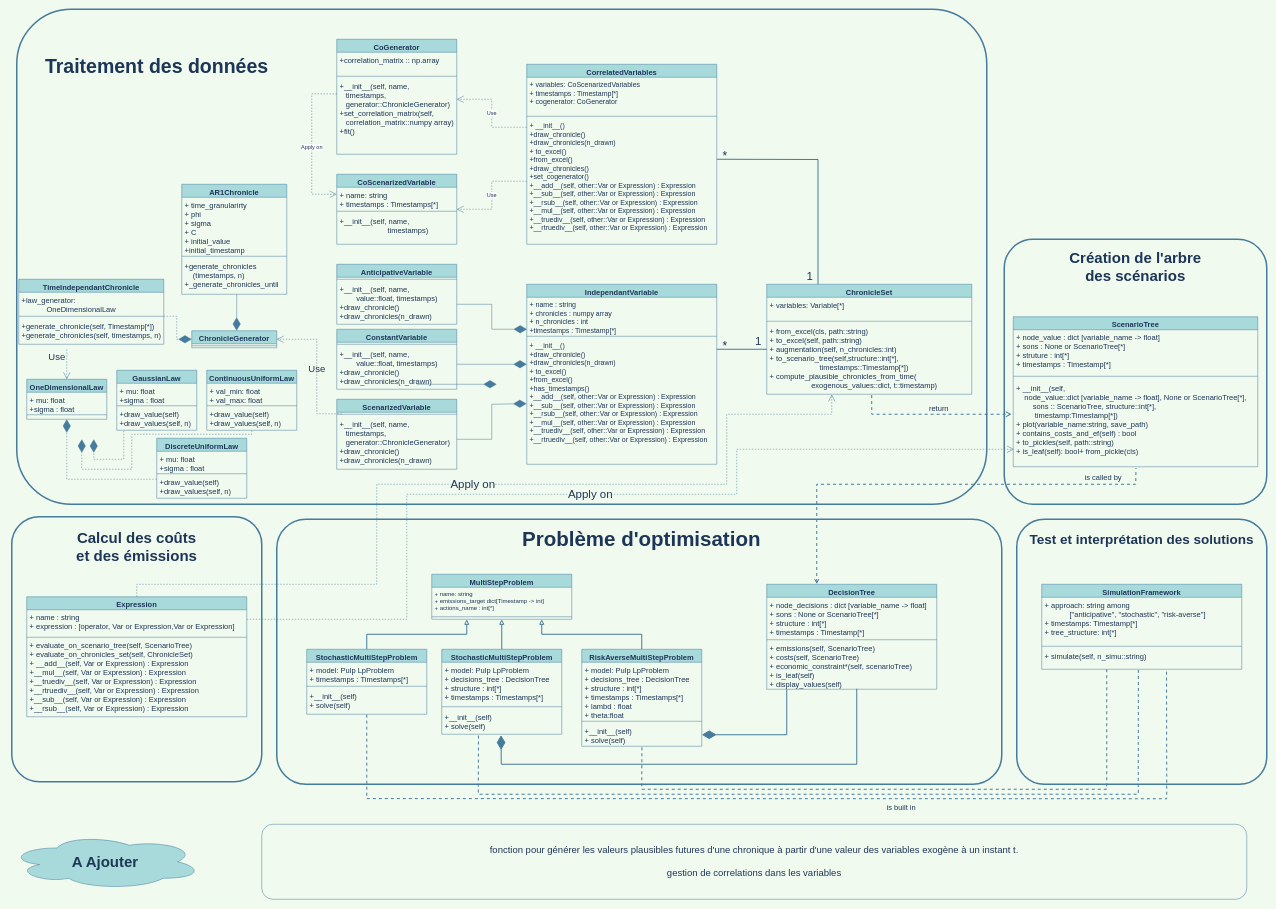
Schlegen/drawio_schemes keeps this draw.io diagram as diagramme_classes.drawio. Above is the earlier version. Source tidied: cells renumbered, new cells numbered last; positions are measured from the earlier drawing's top-left corner, leaving out a move shared by most shapes. Both pictures are drawn from the tidied source at 50%, with x=0, y=0 at pixel (8, 9).
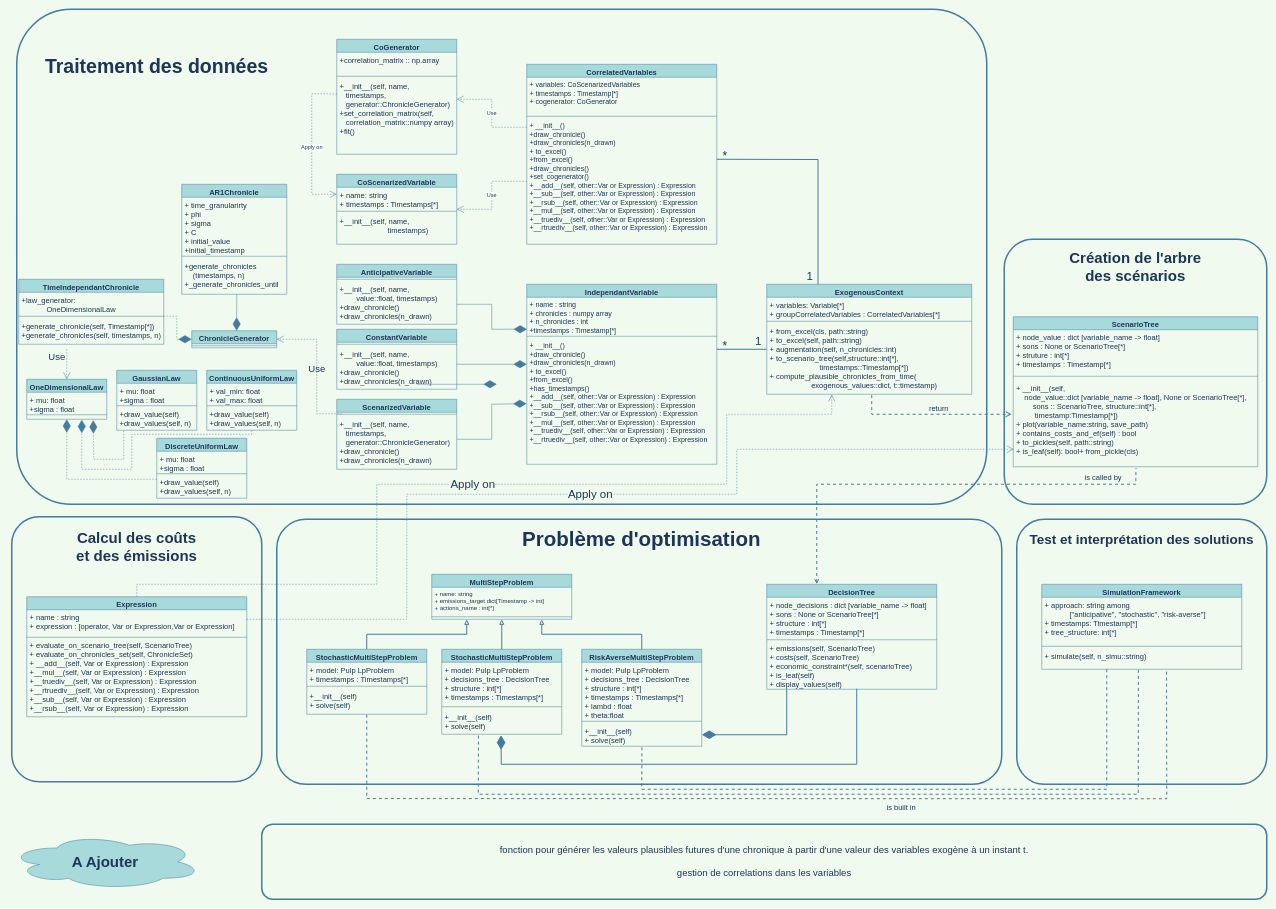
Above is the later version.

Commit message:
Mettre à jour diagramme_classes.drawio

The change refers to these unchanged cells:
```xml
<mxCell id="100" value="+draw_value(self)&#10;+draw_values(self, n)&#10;" style="text;strokeColor=none;fillColor=none;align=left;verticalAlign=top;spacingLeft=4;spacingRight=4;overflow=hidden;points=[[0,0.5],[1,0.5]];portConstraint=eastwest;fontColor=#1D3557;fontSize=15;" parent="97" vertex="1">
  <mxGeometry y="72" width="180" height="48" as="geometry" />
</mxCell>
<mxCell id="110" value=" " style="text;strokeColor=none;fillColor=none;align=left;verticalAlign=top;spacingLeft=4;spacingRight=4;overflow=hidden;points=[[0,0.5],[1,0.5]];portConstraint=eastwest;fontColor=#1D3557;fontSize=15;" parent="107" vertex="1">
  <mxGeometry y="72" width="160" height="8" as="geometry" />
</mxCell>
```

Diff of the diagram source:
```diff
@@
-    <mxCell id="2" value="&lt;div style=&quot;font-size: 19px;&quot;&gt;&lt;font style=&quot;font-size: 19px;&quot;&gt;fonction pour générer les valeurs plausibles futures d'une chronique à partir d'une valeur des variables exogène à un instant t.&lt;/font&gt;&lt;/div&gt;&lt;div style=&quot;font-size: 19px;&quot;&gt;&lt;font style=&quot;font-size: 19px;&quot;&gt;&lt;br&gt;&lt;/font&gt;&lt;/div&gt;&lt;div style=&quot;font-size: 19px;&quot;&gt;&lt;font style=&quot;font-size: 19px;&quot;&gt;gestion de correlations dans les variables&lt;br&gt;&lt;/font&gt;&lt;/div&gt;" style="rounded=1;whiteSpace=wrap;html=1;strokeColor=#457B9D;fontSize=15;fontColor=#1D3557;fillColor=none;" parent="1" vertex="1">
-      <mxGeometry x="506" y="1630" width="1970" height="150" as="geometry" />
+    <mxCell id="2" value="&lt;div style=&quot;font-size: 19px;&quot;&gt;&lt;font style=&quot;font-size: 19px;&quot;&gt;fonction pour générer les valeurs plausibles futures d'une chronique à partir d'une valeur des variables exogène à un instant t.&lt;/font&gt;&lt;/div&gt;&lt;div style=&quot;font-size: 19px;&quot;&gt;&lt;font style=&quot;font-size: 19px;&quot;&gt;&lt;br&gt;&lt;/font&gt;&lt;/div&gt;&lt;div style=&quot;font-size: 19px;&quot;&gt;&lt;font style=&quot;font-size: 19px;&quot;&gt;gestion de correlations dans les variables&lt;br&gt;&lt;/font&gt;&lt;/div&gt;" style="rounded=1;whiteSpace=wrap;html=1;strokeColor=#457B9D;fontSize=15;fontColor=#1D3557;fillColor=none;strokeWidth=3;" parent="1" vertex="1">
+      <mxGeometry x="506" y="1630" width="2010" height="150" as="geometry" />
     </mxCell>
@@
-    <mxCell id="17" value="ChronicleSet" style="swimlane;fontStyle=1;align=center;verticalAlign=top;horizontal=1;startSize=26;fillColor=#A8DADC;strokeColor=#457B9D;fontColor=#1D3557;fontSize=15;" parent="1" vertex="1">
+    <mxCell id="17" value="ExogenousContext" style="swimlane;fontStyle=1;align=center;verticalAlign=top;horizontal=1;startSize=26;fillColor=#A8DADC;strokeColor=#457B9D;fontColor=#1D3557;fontSize=15;" parent="1" vertex="1">
       <mxGeometry x="1516" y="550" width="410" height="220" as="geometry" />
     </mxCell>
-    <mxCell id="18" value="+ variables: Variable[*]" style="text;strokeColor=none;fillColor=none;align=left;verticalAlign=top;spacingLeft=4;spacingRight=4;overflow=hidden;fontColor=#1D3557;fontSize=15;" parent="17" vertex="1">
+    <mxCell id="18" value="+ variables: Variable[*]&#10;+ groupCorrelatedVariables : CorrelatedVariables[*]" style="text;strokeColor=none;fillColor=none;align=left;verticalAlign=top;spacingLeft=4;spacingRight=4;overflow=hidden;fontColor=#1D3557;fontSize=15;" parent="17" vertex="1">
       <mxGeometry y="26" width="410" height="44" as="geometry" />
     </mxCell>
@@
-    <mxCell id="113" style="endArrow=diamondThin;endFill=1;endSize=24;html=1;rounded=0;dashed=1;labelBackgroundColor=none;fontSize=19;entryX=0.5;entryY=1;entryDx=0;entryDy=0;entryPerimeter=0;exitX=0.502;exitY=1.009;exitDx=0;exitDy=0;exitPerimeter=0;strokeColor=#457B9D;fontColor=#1D3557;" parent="1" edge="1" source="100">
+    <mxCell id="113" style="endArrow=diamondThin;endFill=1;endSize=24;html=1;rounded=0;dashed=1;labelBackgroundColor=none;fontSize=19;entryX=0.688;entryY=1.125;entryDx=0;entryDy=0;entryPerimeter=0;exitX=0.502;exitY=1.009;exitDx=0;exitDy=0;exitPerimeter=0;strokeColor=#457B9D;fontColor=#1D3557;" parent="1" edge="1" source="100" target="110">
       <mxGeometry relative="1" as="geometry">
-        <mxPoint x="146" y="860" as="targetPoint" />
         <Array as="points">
           <mxPoint x="486" y="850" />
           <mxPoint x="246" y="850" />
           <mxPoint x="246" y="920" />
           <mxPoint x="146" y="920" />
         </Array>
       </mxGeometry>
     </mxCell>
-    <mxCell id="114" style="endArrow=diamondThin;endFill=1;endSize=24;html=1;rounded=0;dashed=1;labelBackgroundColor=none;fontSize=19;strokeColor=#457B9D;fontColor=#1D3557;" parent="1" edge="1">
+    <mxCell id="114" style="endArrow=diamondThin;endFill=1;endSize=24;html=1;rounded=0;dashed=1;labelBackgroundColor=none;fontSize=19;strokeColor=#457B9D;fontColor=#1D3557;entryX=0.831;entryY=1.25;entryDx=0;entryDy=0;entryPerimeter=0;" parent="1" edge="1" target="110">
       <mxGeometry relative="1" as="geometry">
         <mxPoint x="230" y="843" as="sourcePoint" />
-        <mxPoint x="170" y="860" as="targetPoint" />
         <Array as="points">
           <mxPoint x="230" y="900" />
           <mxPoint x="170" y="900" />
         </Array>
       </mxGeometry>
     </mxCell>
```
